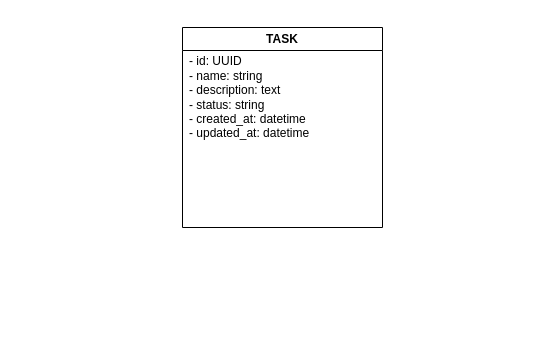
The draw.io diagram TaskScheduler/classDiagram.drawio in ashu7mishra/task-scheduler, before the edit. Source tidied: cells renumbered, new cells numbered last; positions are measured from the earlier drawing's top-left corner, leaving out a move shared by most shapes. Both pictures are drawn from the tidied source at 100%, with x=0, y=0 at pixel (182, 27).
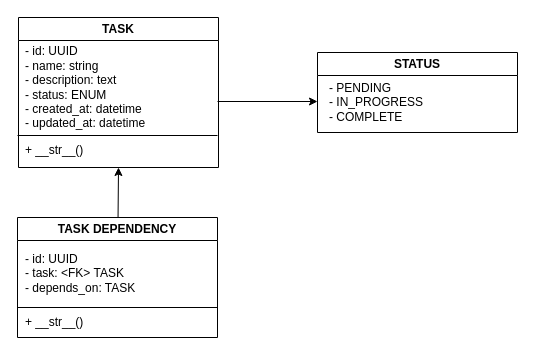
The same page after the edit.

The edit, as a diff of the source:
```diff
@@
 <mxGraphModel>
   <root>
     <mxCell id="0" />
     <mxCell id="1" parent="0" />
+    <mxCell id="4" style="group;" parent="1" vertex="1">
+      <mxGeometry x="-165" y="-10" width="500" height="320" as="geometry" />
+    </mxCell>
+    <mxCell id="5" style="group;" parent="4" vertex="1">
+      <mxGeometry x="144" width="201" height="150" as="geometry" />
+    </mxCell>
+    <mxCell id="6" style="group;" parent="5" vertex="1">
+      <mxGeometry x="-144" width="201" height="150" as="geometry" />
+    </mxCell>
-    <mxCell id="2" value="TASK" style="swimlane;whiteSpace=wrap;html=1;" parent="1" vertex="1">
-      <mxGeometry width="200" height="200" as="geometry" />
+    <mxCell id="2" value="TASK" style="swimlane;whiteSpace=wrap;html=1;" parent="6" vertex="1">
+      <mxGeometry x="1" width="200" height="150" as="geometry" />
     </mxCell>
-    <mxCell id="3" value="- id: UUID&lt;div&gt;- name: string&lt;/div&gt;&lt;div&gt;- description: text&lt;/div&gt;&lt;div&gt;- status: string&lt;/div&gt;&lt;div&gt;- created_at: datetime&lt;/div&gt;&lt;div&gt;- updated_at: datetime&lt;/div&gt;" style="text;html=1;align=left;verticalAlign=middle;strokeColor=none;fillColor=none;" parent="2" vertex="1">
+    <mxCell id="3" value="- id: UUID&lt;div&gt;- name: string&lt;/div&gt;&lt;div&gt;- description: text&lt;/div&gt;&lt;div&gt;- status: ENUM&lt;/div&gt;&lt;div&gt;- created_at: datetime&lt;/div&gt;&lt;div&gt;- updated_at: datetime&lt;/div&gt;" style="text;html=1;align=left;verticalAlign=middle;strokeColor=none;fillColor=none;" parent="2" vertex="1">
       <mxGeometry x="5" y="20" width="140" height="100" as="geometry" />
     </mxCell>
+    <mxCell id="7" value="+ __str__()" style="text;html=1;align=left;verticalAlign=middle;strokeColor=none;fillColor=none;" parent="2" vertex="1">
+      <mxGeometry x="5" y="118" width="80" height="30" as="geometry" />
+    </mxCell>
+    <mxCell id="8" style="endArrow=none;html=1;rounded=0;" parent="6" edge="1">
+      <mxGeometry relative="1" as="geometry">
+        <mxPoint y="118" as="sourcePoint" />
+        <mxPoint x="200" y="118" as="targetPoint" />
+      </mxGeometry>
+    </mxCell>
+    <mxCell id="9" value="STATUS" style="swimlane;whiteSpace=wrap;html=1;" parent="4" vertex="1">
+      <mxGeometry x="300" y="35" width="200" height="80" as="geometry" />
+    </mxCell>
+    <mxCell id="10" value="- PENDING&lt;div&gt;- IN_PROGRESS&lt;/div&gt;&lt;div&gt;- COMPLETE&lt;/div&gt;" style="text;html=1;align=left;verticalAlign=middle;strokeColor=none;fillColor=none;" parent="9" vertex="1">
+      <mxGeometry x="10" y="20" width="120" height="60" as="geometry" />
+    </mxCell>
+    <mxCell id="11" style="group;" parent="4" vertex="1">
+      <mxGeometry y="200" width="200" height="120" as="geometry" />
+    </mxCell>
+    <mxCell id="12" value="TASK DEPENDENCY" style="swimlane;whiteSpace=wrap;html=1;" parent="11" vertex="1">
+      <mxGeometry width="200" height="120" as="geometry" />
+    </mxCell>
+    <mxCell id="13" value="- id: UUID&lt;div&gt;- task: &amp;lt;FK&amp;gt; TASK&lt;/div&gt;&lt;div&gt;- depends_on: TASK&lt;/div&gt;" style="text;html=1;align=left;verticalAlign=middle;strokeColor=none;fillColor=none;" parent="12" vertex="1">
+      <mxGeometry x="6" y="26" width="130" height="60" as="geometry" />
+    </mxCell>
+    <mxCell id="14" value="+ __str__()" style="text;html=1;align=left;verticalAlign=middle;strokeColor=none;fillColor=none;" parent="12" vertex="1">
+      <mxGeometry x="6" y="90" width="80" height="30" as="geometry" />
+    </mxCell>
+    <mxCell id="15" style="endArrow=none;html=1;rounded=0;exitX=0;exitY=0.75;exitDx=0;exitDy=0;entryX=1;entryY=0.75;entryDx=0;entryDy=0;" parent="11" edge="1" source="12" target="12">
+      <mxGeometry relative="1" as="geometry" />
+    </mxCell>
+    <mxCell id="16" style="endArrow=classic;html=1;rounded=0;entryX=0.5;entryY=1;entryDx=0;entryDy=0;" parent="4" edge="1" source="12" target="2">
+      <mxGeometry relative="1" as="geometry" />
+    </mxCell>
+    <mxCell id="17" style="endArrow=classic;html=1;rounded=0;entryX=0;entryY=0.75;entryDx=0;entryDy=0;" parent="4" edge="1">
+      <mxGeometry relative="1" as="geometry">
+        <mxPoint x="200" y="84" as="sourcePoint" />
+        <mxPoint x="300" y="84" as="targetPoint" />
+      </mxGeometry>
+    </mxCell>
   </root>
 </mxGraphModel>
```
